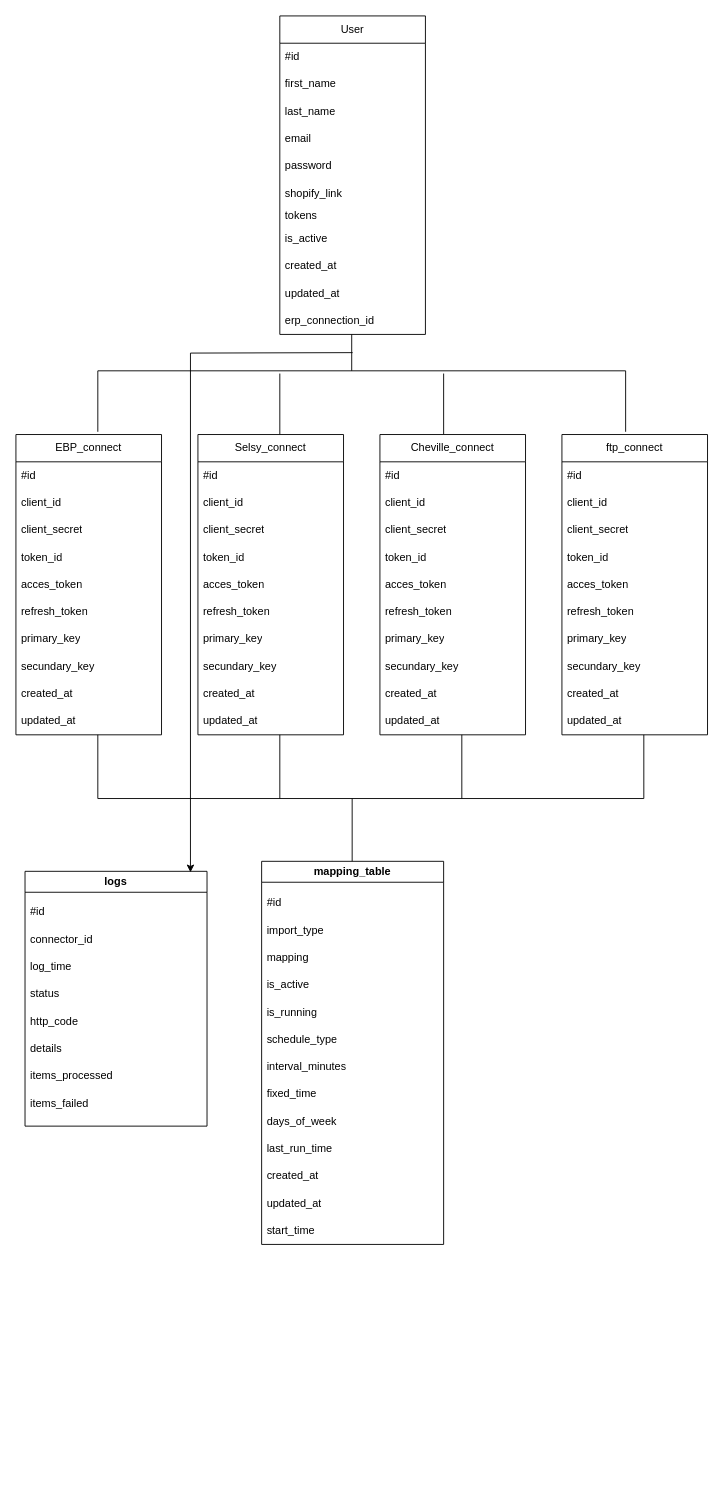
Before: Diagramme sans nom.drawio in Dufi1928/calcul, a draw.io diagram. Source tidied: cells renumbered, new cells numbered last; positions are measured from the earlier drawing's top-left corner, leaving out a move shared by most shapes. Both pictures are drawn from the tidied source at 91%, with x=0, y=0 at pixel (15, 15).
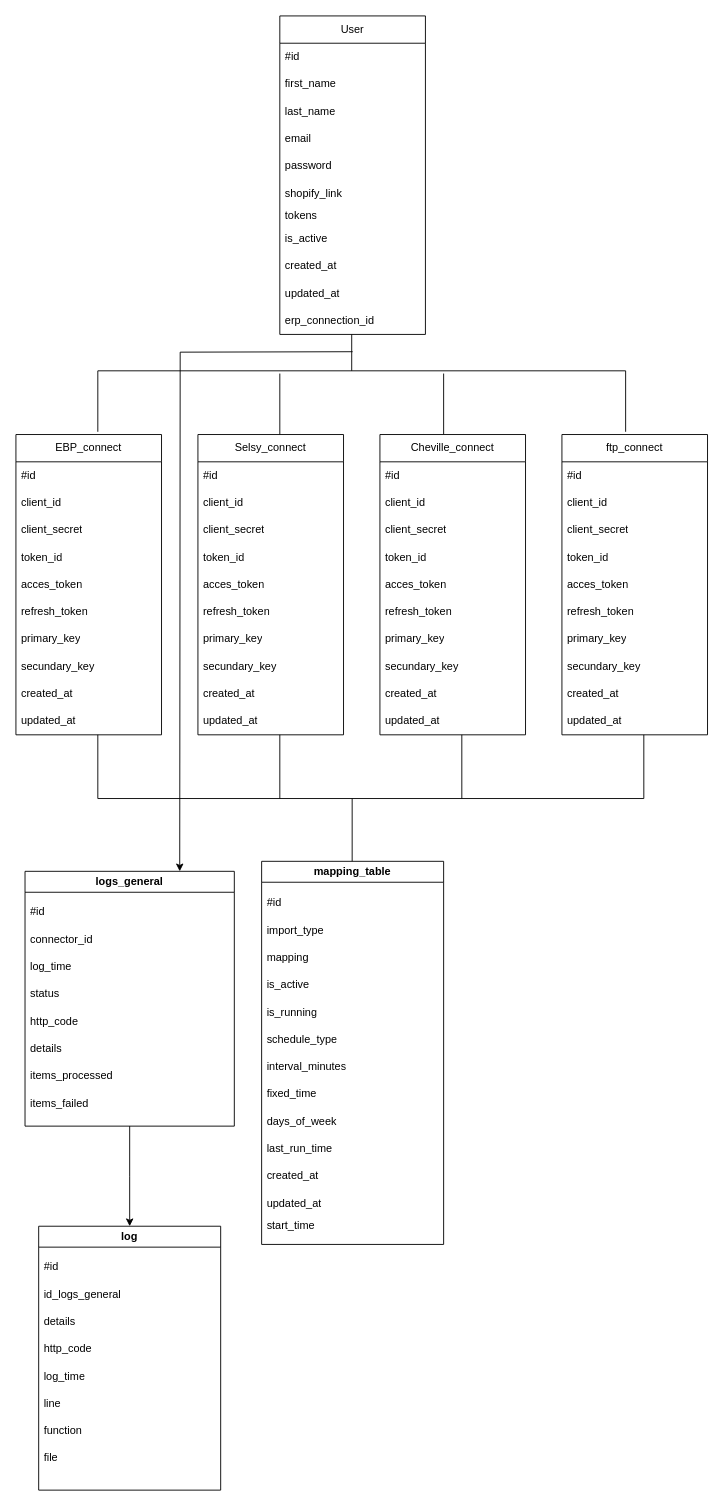
The same diagram, later.

The change refers to these unchanged cells:
```xml
<mxCell id="70" value="&lt;div&gt;mapping_table&lt;/div&gt;" style="swimlane;whiteSpace=wrap;html=1;" parent="1" vertex="1">
  <mxGeometry x="270" y="929" width="200" height="421" as="geometry" />
</mxCell>
```

Change to the diagram source:
```diff
@@
     <mxCell id="82" value="start_time" style="text;strokeColor=none;fillColor=none;align=left;verticalAlign=middle;spacingLeft=4;spacingRight=4;overflow=hidden;whiteSpace=wrap;html=1;" parent="70" vertex="1">
-      <mxGeometry y="391" width="200" height="30" as="geometry" />
+      <mxGeometry y="391" width="200" height="19" as="geometry" />
     </mxCell>
@@
+    <mxCell id="94" style="edgeStyle=orthogonalEdgeStyle;rounded=0;jettySize=auto;html=1;" parent="1" edge="1" source="84">
+      <mxGeometry relative="1" as="geometry">
+        <mxPoint x="125" y="1330" as="targetPoint" />
+      </mxGeometry>
+    </mxCell>
-    <mxCell id="84" value="&lt;div&gt;logs&lt;/div&gt;" style="swimlane;whiteSpace=wrap;html=1;" parent="1" vertex="1">
-      <mxGeometry x="10" y="940" width="200" height="280" as="geometry" />
+    <mxCell id="84" value="&lt;div&gt;logs_general&lt;/div&gt;" style="swimlane;whiteSpace=wrap;html=1;" parent="1" vertex="1">
+      <mxGeometry x="10" y="940" width="230" height="280" as="geometry" />
     </mxCell>
@@
-    <mxCell id="93" style="edgeStyle=orthogonalEdgeStyle;rounded=0;jettySize=auto;html=1;entryX=0.909;entryY=0.004;entryDx=0;entryDy=0;entryPerimeter=0;" parent="1" edge="1" target="84">
+    <mxCell id="93" style="edgeStyle=orthogonalEdgeStyle;rounded=0;orthogonalLoop=1;jettySize=auto;html=1;entryX=0.909;entryY=0.004;entryDx=0;entryDy=0;entryPerimeter=0;" parent="1" edge="1">
       <mxGeometry relative="1" as="geometry">
-        <mxPoint x="370" y="370" as="sourcePoint" />
+        <mxPoint x="370" y="369" as="sourcePoint" />
+        <mxPoint x="180" y="940" as="targetPoint" />
       </mxGeometry>
     </mxCell>
+    <mxCell id="95" value="log" style="swimlane;whiteSpace=wrap;html=1;" parent="1" vertex="1">
+      <mxGeometry x="25" y="1330" width="200" height="290" as="geometry" />
+    </mxCell>
+    <mxCell id="96" value="#id" style="text;strokeColor=none;fillColor=none;align=left;verticalAlign=middle;spacingLeft=4;spacingRight=4;overflow=hidden;whiteSpace=wrap;html=1;" parent="95" vertex="1">
+      <mxGeometry y="30" width="200" height="30" as="geometry" />
+    </mxCell>
+    <mxCell id="97" value="details" style="text;strokeColor=none;fillColor=none;align=left;verticalAlign=middle;spacingLeft=4;spacingRight=4;overflow=hidden;whiteSpace=wrap;html=1;" parent="95" vertex="1">
+      <mxGeometry y="90" width="200" height="30" as="geometry" />
+    </mxCell>
+    <mxCell id="98" value="id_logs_general" style="text;strokeColor=none;fillColor=none;align=left;verticalAlign=middle;spacingLeft=4;spacingRight=4;overflow=hidden;whiteSpace=wrap;html=1;" parent="95" vertex="1">
+      <mxGeometry y="60" width="200" height="30" as="geometry" />
+    </mxCell>
+    <mxCell id="99" value="http_code" style="text;strokeColor=none;fillColor=none;align=left;verticalAlign=middle;spacingLeft=4;spacingRight=4;overflow=hidden;whiteSpace=wrap;html=1;" parent="95" vertex="1">
+      <mxGeometry y="120" width="200" height="30" as="geometry" />
+    </mxCell>
+    <mxCell id="100" value="log_time" style="text;strokeColor=none;fillColor=none;align=left;verticalAlign=middle;spacingLeft=4;spacingRight=4;overflow=hidden;whiteSpace=wrap;html=1;" parent="95" vertex="1">
+      <mxGeometry y="150" width="200" height="30" as="geometry" />
+    </mxCell>
+    <mxCell id="101" value="line" style="text;strokeColor=none;fillColor=none;align=left;verticalAlign=middle;spacingLeft=4;spacingRight=4;overflow=hidden;whiteSpace=wrap;html=1;" parent="95" vertex="1">
+      <mxGeometry y="180" width="200" height="30" as="geometry" />
+    </mxCell>
+    <mxCell id="102" value="function" style="text;strokeColor=none;fillColor=none;align=left;verticalAlign=middle;spacingLeft=4;spacingRight=4;overflow=hidden;whiteSpace=wrap;html=1;" parent="95" vertex="1">
+      <mxGeometry y="210" width="200" height="30" as="geometry" />
+    </mxCell>
+    <mxCell id="103" value="&lt;div&gt;file&lt;/div&gt;" style="text;strokeColor=none;fillColor=none;align=left;verticalAlign=middle;spacingLeft=4;spacingRight=4;overflow=hidden;whiteSpace=wrap;html=1;" parent="95" vertex="1">
+      <mxGeometry y="240" width="200" height="30" as="geometry" />
+    </mxCell>
```
